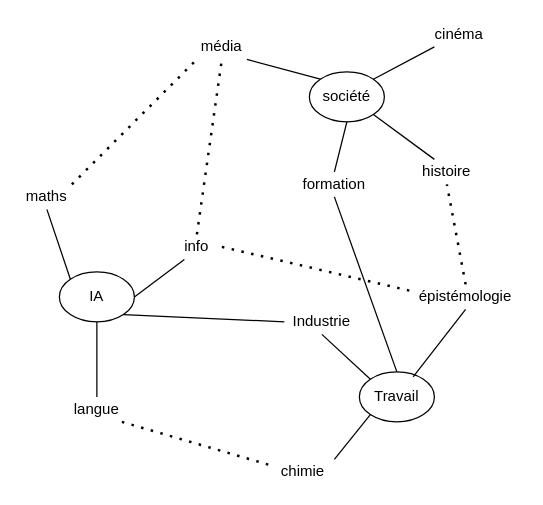
Before: olkifut.drawio in cerisara/draws, a draw.io diagram. Source tidied: cells renumbered, new cells numbered last; positions are measured from the earlier drawing's top-left corner, leaving out a move shared by most shapes. Both pictures are drawn from the tidied source at 125%, with x=0, y=0 at pixel (21, 21).
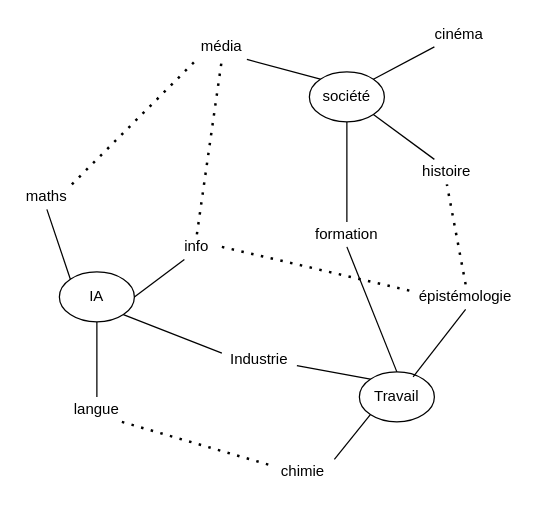
The same diagram, later.

Unchanged cells that the change refers to:
```xml
<mxCell id="2" value="IA" style="ellipse;whiteSpace=wrap;html=1;" parent="1" vertex="1">
  <mxGeometry x="30" y="200" width="60" height="40" as="geometry" />
</mxCell>
<mxCell id="4" value="Travail" style="ellipse;whiteSpace=wrap;html=1;" parent="1" vertex="1">
  <mxGeometry x="270" y="280" width="60" height="40" as="geometry" />
</mxCell>
```

What changed in the source:
```diff
@@
     <mxCell id="6" value="Industrie" style="text;html=1;strokeColor=none;fillColor=none;align=center;verticalAlign=middle;whiteSpace=wrap;rounded=0;" parent="1" vertex="1">
-      <mxGeometry x="210" y="230" width="60" height="20" as="geometry" />
+      <mxGeometry x="160" y="260" width="60" height="20" as="geometry" />
     </mxCell>
@@
     <mxCell id="12" value="formation" style="text;html=1;strokeColor=none;fillColor=none;align=center;verticalAlign=middle;whiteSpace=wrap;rounded=0;" parent="1" vertex="1">
-      <mxGeometry x="230" y="120" width="40" height="20" as="geometry" />
+      <mxGeometry x="240" y="160" width="40" height="20" as="geometry" />
     </mxCell>
@@
-    <mxCell id="15" style="endArrow=none;html=1;entryX=0.5;entryY=1;entryDx=0;entryDy=0;exitX=0;exitY=0;exitDx=0;exitDy=0;" parent="1" edge="1" source="4" target="6">
+    <mxCell id="15" style="endArrow=none;html=1;entryX=1;entryY=0.75;entryDx=0;entryDy=0;exitX=0;exitY=0;exitDx=0;exitDy=0;" parent="1" edge="1" source="4" target="6">
       <mxGeometry relative="1" as="geometry" />
     </mxCell>
@@
-    <mxCell id="26" style="endArrow=none;html=1;exitX=1;exitY=1;exitDx=0;exitDy=0;entryX=0;entryY=0.5;entryDx=0;entryDy=0;" parent="1" edge="1" source="2" target="6">
+    <mxCell id="26" style="endArrow=none;html=1;exitX=1;exitY=1;exitDx=0;exitDy=0;entryX=0;entryY=0.25;entryDx=0;entryDy=0;" parent="1" edge="1" source="2" target="6">
       <mxGeometry relative="1" as="geometry" />
     </mxCell>
```
